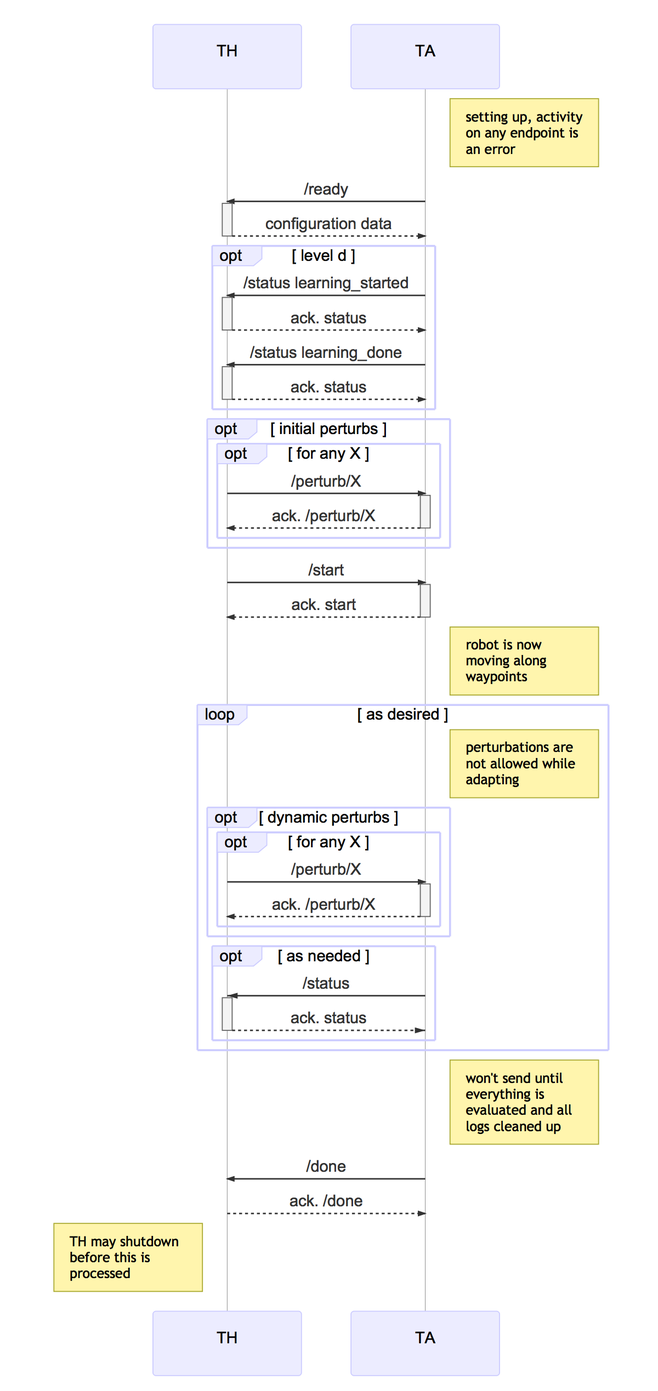
The Mermaid diagram documents/sequences/cp1.mmd.png in cmu-mars/cmu-robotics, before a commit. Its source is kept beside it as documents/sequences/cp1.mmd.
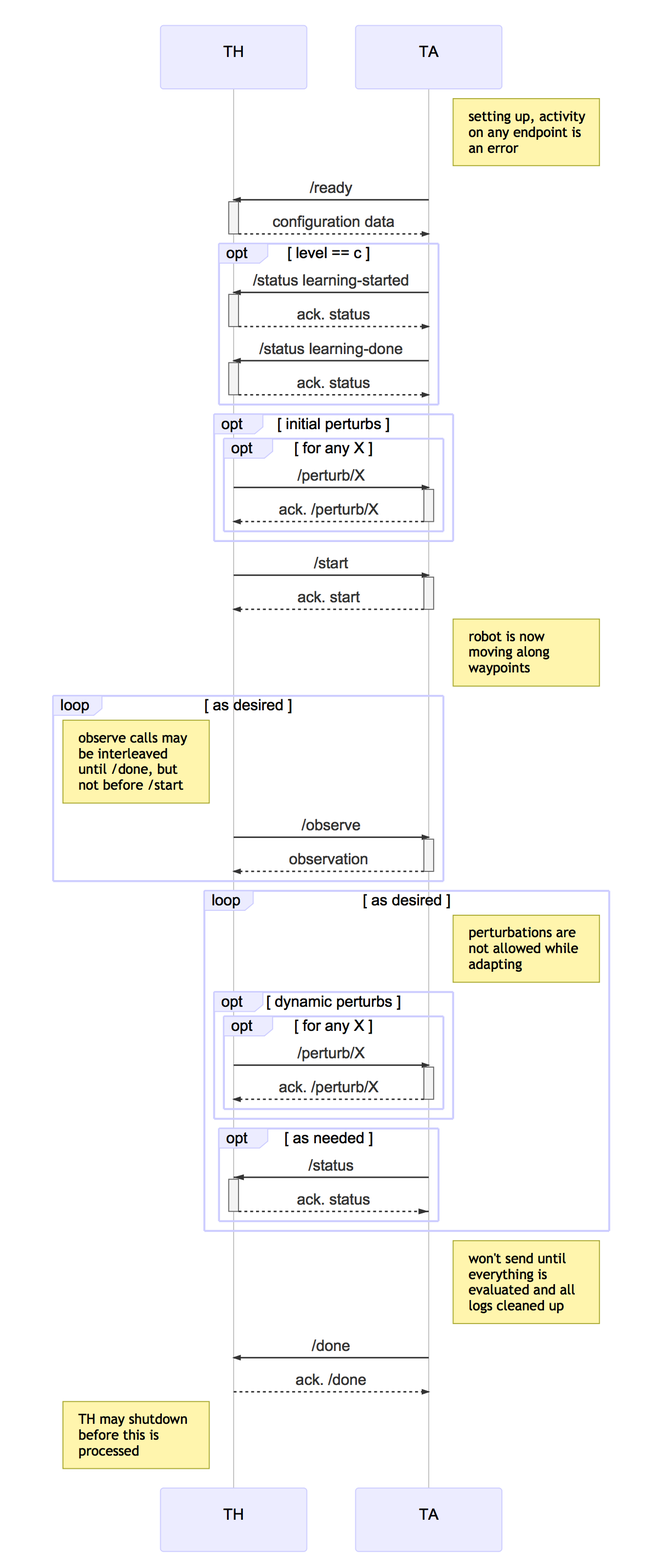
After the commit.

Diff of the diagram source:
```diff
@@ -7,11 +7,11 @@
         TA ->>+ TH: /ready
         TH -->>- TA: configuration data
 
-	opt level d
-	        TA ->>+ TH: /status learning_started
+	opt level == c
+	        TA ->>+ TH: /status learning-started
         	TH -->>- TA: ack. status
 
-        	TA ->>+ TH: /status learning_done
+        	TA ->>+ TH: /status learning-done
 		TH -->>- TA: ack. status
 	end
 
@@ -25,6 +25,11 @@
         TH ->>+ TA: /start
         TA -->>- TH: ack. start
         Note right of TA: robot is now moving along waypoints
+	loop as desired
+	     Note left of TH: observe calls may be interleaved until /done, but not before /start
+	     TH ->>+ TA: /observe
+	     TA -->>- TH: observation
+	end
 
         loop as desired
 		Note right of TA: perturbations are not allowed while adapting
```
